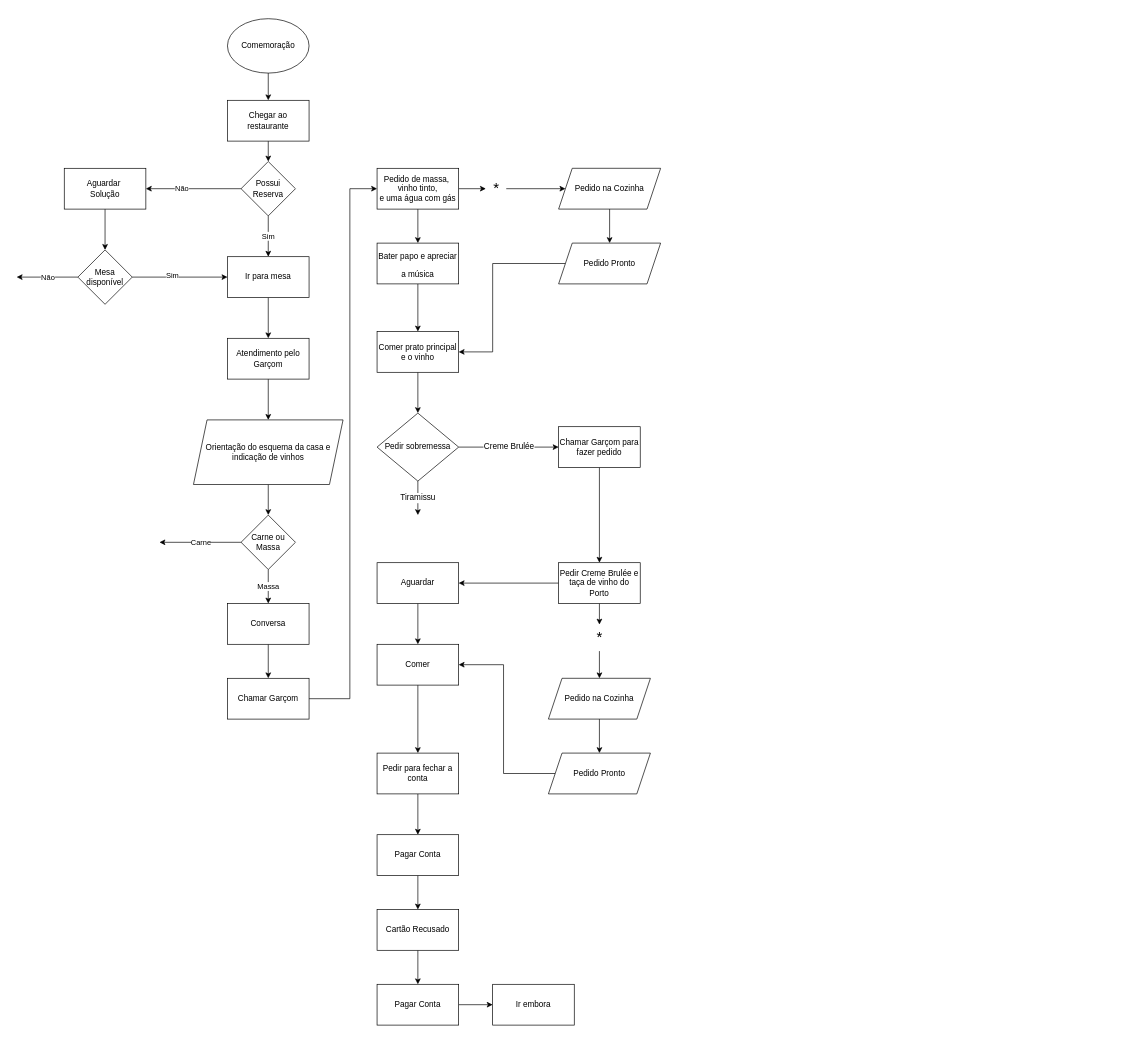
ElioPaulino/React keeps this draw.io diagram as Diagrama sem nome.drawio. Above is the earlier version. Source tidied: cells renumbered, new cells numbered last; positions are measured from the earlier drawing's top-left corner, leaving out a move shared by most shapes. Both pictures are drawn from the tidied source at 68%, with x=0, y=0 at pixel (16, 18).
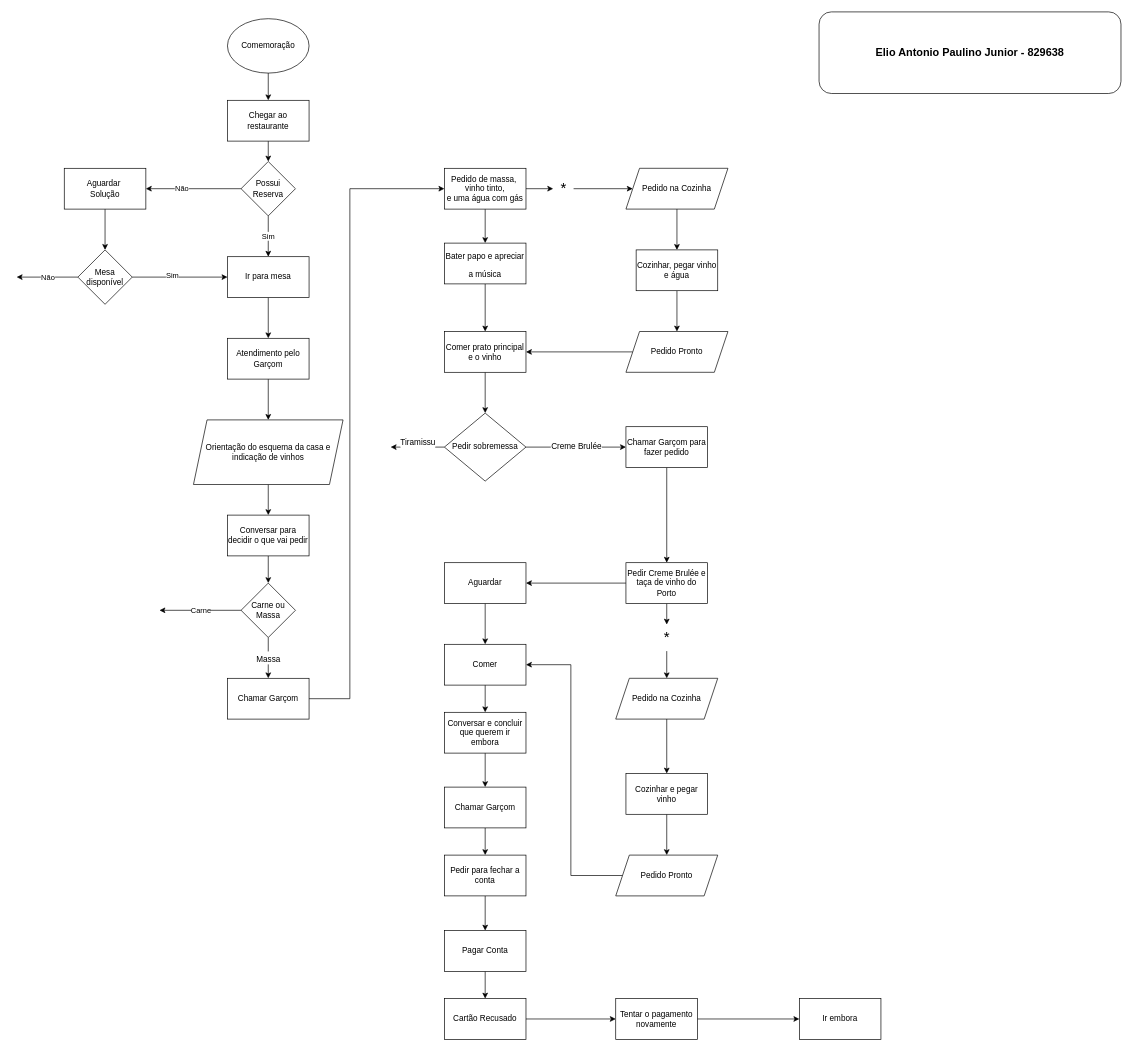
The same page after the edit.

Unchanged cells that the change refers to:
```xml
<mxCell id="21" value="Orientação do esquema da casa e indicação de vinhos" style="shape=parallelogram;perimeter=parallelogramPerimeter;whiteSpace=wrap;html=1;fixedSize=1;" parent="1" vertex="1">
  <mxGeometry x="260" y="590" width="220" height="95" as="geometry" />
</mxCell>
<mxCell id="28" value="Chamar Garçom" style="rounded=0;whiteSpace=wrap;html=1;" parent="1" vertex="1">
  <mxGeometry x="310" y="970" width="120" height="60" as="geometry" />
</mxCell>
```

Diff of the diagram source:
```diff
@@
-    <mxCell id="20" style="edgeStyle=orthogonalEdgeStyle;rounded=0;jettySize=auto;html=1;exitX=0.5;exitY=1;exitDx=0;exitDy=0;entryX=0.5;entryY=0;entryDx=0;entryDy=0;" parent="1" edge="1" source="21" target="24">
-      <mxGeometry relative="1" as="geometry" />
-    </mxCell>
+    <mxCell id="69" style="edgeStyle=orthogonalEdgeStyle;rounded=0;jettySize=auto;html=1;exitX=0.5;exitY=1;exitDx=0;exitDy=0;entryX=0.5;entryY=0;entryDx=0;entryDy=0;fontSize=16;" parent="1" edge="1" source="21" target="26">
+      <mxGeometry relative="1" as="geometry" />
+    </mxCell>
@@
     <mxCell id="22" value="Carne" style="edgeStyle=orthogonalEdgeStyle;rounded=0;jettySize=auto;html=1;exitX=0;exitY=0.5;exitDx=0;exitDy=0;" parent="1" edge="1" source="24">
       <mxGeometry relative="1" as="geometry">
-        <mxPoint x="210" y="770" as="targetPoint" />
+        <mxPoint x="210" y="870" as="targetPoint" />
       </mxGeometry>
     </mxCell>
-    <mxCell id="23" value="Massa" style="edgeStyle=orthogonalEdgeStyle;rounded=0;jettySize=auto;html=1;exitX=0.5;exitY=1;exitDx=0;exitDy=0;entryX=0.5;entryY=0;entryDx=0;entryDy=0;" parent="1" edge="1" source="24" target="26">
+    <mxCell id="23" value="&lt;font style=&quot;font-size: 12px;&quot;&gt;Massa&lt;/font&gt;" style="edgeStyle=orthogonalEdgeStyle;rounded=0;jettySize=auto;html=1;exitX=0.5;exitY=1;exitDx=0;exitDy=0;entryX=0.5;entryY=0;entryDx=0;entryDy=0;fontSize=16;" parent="1" edge="1" source="24" target="28">
       <mxGeometry relative="1" as="geometry" />
     </mxCell>
     <mxCell id="24" value="Carne ou Massa" style="rhombus;whiteSpace=wrap;html=1;" parent="1" vertex="1">
-      <mxGeometry x="330" y="730" width="80" height="80" as="geometry" />
+      <mxGeometry x="330" y="830" width="80" height="80" as="geometry" />
     </mxCell>
-    <mxCell id="25" style="edgeStyle=orthogonalEdgeStyle;rounded=0;jettySize=auto;html=1;exitX=0.5;exitY=1;exitDx=0;exitDy=0;entryX=0.5;entryY=0;entryDx=0;entryDy=0;" parent="1" edge="1" source="26" target="28">
-      <mxGeometry relative="1" as="geometry" />
-    </mxCell>
+    <mxCell id="70" style="edgeStyle=orthogonalEdgeStyle;rounded=0;jettySize=auto;html=1;exitX=0.5;exitY=1;exitDx=0;exitDy=0;entryX=0.5;entryY=0;entryDx=0;entryDy=0;fontSize=12;" parent="1" edge="1" source="26" target="24">
+      <mxGeometry relative="1" as="geometry" />
+    </mxCell>
-    <mxCell id="26" value="Conversa" style="rounded=0;whiteSpace=wrap;html=1;" parent="1" vertex="1">
-      <mxGeometry x="310" y="860" width="120" height="60" as="geometry" />
+    <mxCell id="26" value="Conversar para decidir o que vai pedir" style="rounded=0;whiteSpace=wrap;html=1;" parent="1" vertex="1">
+      <mxGeometry x="310" y="730" width="120" height="60" as="geometry" />
     </mxCell>
@@
     <mxCell id="31" value="Pedido de massa,&amp;nbsp;&lt;br&gt;vinho tinto,&lt;br&gt;e uma água com gás" style="rounded=0;whiteSpace=wrap;html=1;" parent="1" vertex="1">
-      <mxGeometry x="530" y="220" width="120" height="60" as="geometry" />
+      <mxGeometry x="629" y="220" width="120" height="60" as="geometry" />
     </mxCell>
-    <mxCell id="32" style="edgeStyle=orthogonalEdgeStyle;rounded=0;jettySize=auto;html=1;exitX=0.5;exitY=1;exitDx=0;exitDy=0;entryX=0.5;entryY=0;entryDx=0;entryDy=0;fontSize=22;" parent="1" edge="1" source="33" target="37">
+    <mxCell id="32" style="edgeStyle=orthogonalEdgeStyle;rounded=0;jettySize=auto;html=1;exitX=0.5;exitY=1;exitDx=0;exitDy=0;entryX=0.5;entryY=0;entryDx=0;entryDy=0;fontSize=22;startArrow=none;" parent="1" edge="1" source="74" target="37">
       <mxGeometry relative="1" as="geometry" />
     </mxCell>
+    <mxCell id="71" style="edgeStyle=orthogonalEdgeStyle;rounded=0;jettySize=auto;html=1;exitX=0.5;exitY=1;exitDx=0;exitDy=0;entryX=0.5;entryY=0;entryDx=0;entryDy=0;fontSize=12;" parent="1" edge="1" source="33" target="74">
+      <mxGeometry relative="1" as="geometry" />
+    </mxCell>
     <mxCell id="33" value="Pedido na Cozinha" style="shape=parallelogram;perimeter=parallelogramPerimeter;whiteSpace=wrap;html=1;fixedSize=1;" parent="1" vertex="1">
-      <mxGeometry x="797" y="220" width="150" height="60" as="geometry" />
+      <mxGeometry x="896" y="220" width="150" height="60" as="geometry" />
     </mxCell>
@@
     <mxCell id="35" value="&lt;font style=&quot;font-size: 22px;&quot;&gt;*&lt;/font&gt;" style="text;html=1;align=center;verticalAlign=middle;points=[];strokeColor=none;fillColor=none;strokeWidth=13;" parent="1" vertex="1">
-      <mxGeometry x="690" y="230" width="30" height="40" as="geometry" />
+      <mxGeometry x="789" y="230" width="30" height="40" as="geometry" />
     </mxCell>
-    <mxCell id="36" style="edgeStyle=orthogonalEdgeStyle;rounded=0;jettySize=auto;html=1;entryX=1;entryY=0.5;entryDx=0;entryDy=0;fontSize=12;" parent="1" edge="1" source="37" target="41">
-      <mxGeometry relative="1" as="geometry">
-        <Array as="points">
-          <mxPoint x="700" y="360" />
-          <mxPoint x="700" y="490" />
-        </Array>
-      </mxGeometry>
+    <mxCell id="36" style="edgeStyle=orthogonalEdgeStyle;rounded=0;jettySize=auto;html=1;exitX=0;exitY=0.5;exitDx=0;exitDy=0;entryX=1;entryY=0.5;entryDx=0;entryDy=0;fontSize=12;" parent="1" edge="1" source="37" target="41">
+      <mxGeometry relative="1" as="geometry" />
     </mxCell>
     <mxCell id="37" value="Pedido Pronto" style="shape=parallelogram;perimeter=parallelogramPerimeter;whiteSpace=wrap;html=1;fixedSize=1;" parent="1" vertex="1">
-      <mxGeometry x="797" y="330" width="150" height="60" as="geometry" />
+      <mxGeometry x="896" y="460" width="150" height="60" as="geometry" />
     </mxCell>
@@
     <mxCell id="39" value="&lt;font style=&quot;font-size: 12px;&quot;&gt;Bater papo e apreciar a música&lt;/font&gt;" style="rounded=0;whiteSpace=wrap;html=1;strokeWidth=1;fontSize=22;" parent="1" vertex="1">
-      <mxGeometry x="530" y="330" width="120" height="60" as="geometry" />
+      <mxGeometry x="629" y="330" width="120" height="60" as="geometry" />
     </mxCell>
@@
     <mxCell id="41" value="Comer prato principal e o vinho" style="rounded=0;whiteSpace=wrap;html=1;strokeWidth=1;fontSize=12;" parent="1" vertex="1">
-      <mxGeometry x="530" y="460" width="120" height="60" as="geometry" />
+      <mxGeometry x="629" y="460" width="120" height="60" as="geometry" />
     </mxCell>
+    <mxCell id="43" value="Creme Brulée" style="edgeStyle=orthogonalEdgeStyle;rounded=0;jettySize=auto;html=1;exitX=1;exitY=0.5;exitDx=0;exitDy=0;entryX=0;entryY=0.5;entryDx=0;entryDy=0;fontSize=12;" parent="1" edge="1" source="44" target="46">
+      <mxGeometry relative="1" as="geometry" />
+    </mxCell>
-    <mxCell id="42" value="Tiramissu" style="edgeStyle=orthogonalEdgeStyle;rounded=0;jettySize=auto;html=1;fontSize=12;" parent="1" edge="1" source="44">
+    <mxCell id="42" value="&#10;&lt;span style=&quot;color: rgb(0, 0, 0); font-family: Helvetica; font-size: 12px; font-style: normal; font-variant-ligatures: normal; font-variant-caps: normal; font-weight: 400; letter-spacing: normal; orphans: 2; text-align: center; text-indent: 0px; text-transform: none; widows: 2; word-spacing: 0px; -webkit-text-stroke-width: 0px; background-color: rgb(255, 255, 255); text-decoration-thickness: initial; text-decoration-style: initial; text-decoration-color: initial; float: none; display: inline !important;&quot;&gt;Tiramissu&lt;/span&gt;&#10;&#10;" style="edgeStyle=orthogonalEdgeStyle;rounded=0;jettySize=auto;html=1;exitX=0;exitY=0.5;exitDx=0;exitDy=0;fontSize=12;" parent="1" edge="1" source="44">
       <mxGeometry relative="1" as="geometry">
-        <mxPoint x="590" y="730" as="targetPoint" />
-        <Array as="points">
-          <mxPoint x="590" y="710" />
-          <mxPoint x="590" y="710" />
-        </Array>
+        <mxPoint x="550" y="630" as="targetPoint" />
       </mxGeometry>
     </mxCell>
-    <mxCell id="43" value="Creme Brulée" style="edgeStyle=orthogonalEdgeStyle;rounded=0;jettySize=auto;html=1;exitX=1;exitY=0.5;exitDx=0;exitDy=0;entryX=0;entryY=0.5;entryDx=0;entryDy=0;fontSize=12;" parent="1" edge="1" source="44" target="46">
-      <mxGeometry relative="1" as="geometry" />
-    </mxCell>
     <mxCell id="44" value="Pedir sobremessa" style="rhombus;whiteSpace=wrap;html=1;strokeWidth=1;fontSize=12;" parent="1" vertex="1">
-      <mxGeometry x="530" y="580" width="120" height="100" as="geometry" />
+      <mxGeometry x="629" y="580" width="120" height="100" as="geometry" />
     </mxCell>
@@
     <mxCell id="46" value="Chamar Garçom para fazer pedido" style="rounded=0;whiteSpace=wrap;html=1;strokeWidth=1;fontSize=12;" parent="1" vertex="1">
-      <mxGeometry x="797" y="600" width="120" height="60" as="geometry" />
+      <mxGeometry x="896" y="600" width="120" height="60" as="geometry" />
     </mxCell>
@@
     <mxCell id="49" value="Pedir Creme Brulée e taça de vinho do Porto" style="rounded=0;whiteSpace=wrap;html=1;strokeWidth=1;fontSize=12;" parent="1" vertex="1">
-      <mxGeometry x="797" y="800" width="120" height="60" as="geometry" />
+      <mxGeometry x="896" y="800" width="120" height="60" as="geometry" />
     </mxCell>
@@
     <mxCell id="51" value="&lt;font style=&quot;font-size: 22px;&quot;&gt;*&lt;/font&gt;" style="text;html=1;align=center;verticalAlign=middle;points=[];strokeColor=none;fillColor=none;strokeWidth=13;" parent="1" vertex="1">
-      <mxGeometry x="842" y="890" width="30" height="40" as="geometry" />
+      <mxGeometry x="941" y="890" width="30" height="40" as="geometry" />
     </mxCell>
-    <mxCell id="52" style="edgeStyle=orthogonalEdgeStyle;rounded=0;jettySize=auto;html=1;exitX=0.5;exitY=1;exitDx=0;exitDy=0;entryX=0.5;entryY=0;entryDx=0;entryDy=0;fontSize=22;" parent="1" edge="1" source="53" target="55">
-      <mxGeometry relative="1" as="geometry" />
-    </mxCell>
+    <mxCell id="72" style="edgeStyle=orthogonalEdgeStyle;rounded=0;jettySize=auto;html=1;exitX=0.5;exitY=1;exitDx=0;exitDy=0;fontSize=12;" parent="1" edge="1" source="53" target="76">
+      <mxGeometry relative="1" as="geometry" />
+    </mxCell>
     <mxCell id="53" value="Pedido na Cozinha" style="shape=parallelogram;perimeter=parallelogramPerimeter;whiteSpace=wrap;html=1;fixedSize=1;" parent="1" vertex="1">
-      <mxGeometry x="782" y="970" width="150" height="60" as="geometry" />
+      <mxGeometry x="881" y="970" width="150" height="60" as="geometry" />
     </mxCell>
@@
     <mxCell id="55" value="Pedido Pronto" style="shape=parallelogram;perimeter=parallelogramPerimeter;whiteSpace=wrap;html=1;fixedSize=1;" parent="1" vertex="1">
-      <mxGeometry x="782" y="1080" width="150" height="60" as="geometry" />
+      <mxGeometry x="881" y="1230" width="150" height="60" as="geometry" />
     </mxCell>
@@
     <mxCell id="57" value="Aguardar" style="rounded=0;whiteSpace=wrap;html=1;strokeWidth=1;fontSize=12;" parent="1" vertex="1">
-      <mxGeometry x="530" y="800" width="120" height="60" as="geometry" />
+      <mxGeometry x="629" y="800" width="120" height="60" as="geometry" />
     </mxCell>
-    <mxCell id="58" style="edgeStyle=orthogonalEdgeStyle;rounded=0;jettySize=auto;html=1;exitX=0.5;exitY=1;exitDx=0;exitDy=0;entryX=0.5;entryY=0;entryDx=0;entryDy=0;fontSize=12;" parent="1" edge="1" source="59" target="61">
-      <mxGeometry relative="1" as="geometry" />
-    </mxCell>
+    <mxCell id="73" style="edgeStyle=orthogonalEdgeStyle;rounded=0;jettySize=auto;html=1;exitX=0.5;exitY=1;exitDx=0;exitDy=0;entryX=0.5;entryY=0;entryDx=0;entryDy=0;fontSize=12;" parent="1" edge="1" source="59" target="78">
+      <mxGeometry relative="1" as="geometry" />
+    </mxCell>
     <mxCell id="59" value="Comer" style="rounded=0;whiteSpace=wrap;html=1;strokeWidth=1;fontSize=12;" parent="1" vertex="1">
-      <mxGeometry x="530" y="920" width="120" height="60" as="geometry" />
+      <mxGeometry x="629" y="920" width="120" height="60" as="geometry" />
     </mxCell>
@@
     <mxCell id="61" value="Pedir para fechar a conta" style="rounded=0;whiteSpace=wrap;html=1;strokeWidth=1;fontSize=12;" parent="1" vertex="1">
-      <mxGeometry x="530" y="1080" width="120" height="60" as="geometry" />
+      <mxGeometry x="629" y="1230" width="120" height="60" as="geometry" />
     </mxCell>
@@
     <mxCell id="63" value="Pagar Conta" style="rounded=0;whiteSpace=wrap;html=1;strokeWidth=1;fontSize=12;" parent="1" vertex="1">
-      <mxGeometry x="530" y="1200" width="120" height="60" as="geometry" />
+      <mxGeometry x="629" y="1341" width="120" height="60" as="geometry" />
     </mxCell>
@@
-    <mxCell id="65" value="Pagar Conta" style="rounded=0;whiteSpace=wrap;html=1;strokeWidth=1;fontSize=12;" parent="1" vertex="1">
-      <mxGeometry x="530" y="1420" width="120" height="60" as="geometry" />
+    <mxCell id="65" value="Tentar o pagamento novamente" style="rounded=0;whiteSpace=wrap;html=1;strokeWidth=1;fontSize=12;" parent="1" vertex="1">
+      <mxGeometry x="881" y="1441" width="120" height="60" as="geometry" />
     </mxCell>
-    <mxCell id="66" style="edgeStyle=orthogonalEdgeStyle;rounded=0;jettySize=auto;html=1;exitX=0.5;exitY=1;exitDx=0;exitDy=0;entryX=0.5;entryY=0;entryDx=0;entryDy=0;fontSize=12;" parent="1" edge="1" source="67" target="65">
+    <mxCell id="66" style="edgeStyle=orthogonalEdgeStyle;rounded=0;jettySize=auto;html=1;exitX=1;exitY=0.5;exitDx=0;exitDy=0;entryX=0;entryY=0.5;entryDx=0;entryDy=0;fontSize=12;" parent="1" edge="1" source="67" target="65">
       <mxGeometry relative="1" as="geometry" />
     </mxCell>
     <mxCell id="67" value="Cartão Recusado" style="rounded=0;whiteSpace=wrap;html=1;strokeWidth=1;fontSize=12;" parent="1" vertex="1">
-      <mxGeometry x="530" y="1310" width="120" height="60" as="geometry" />
+      <mxGeometry x="629" y="1441" width="120" height="60" as="geometry" />
     </mxCell>
     <mxCell id="68" value="Ir embora" style="rounded=0;whiteSpace=wrap;html=1;strokeWidth=1;fontSize=12;" parent="1" vertex="1">
-      <mxGeometry x="700" y="1420" width="120" height="60" as="geometry" />
+      <mxGeometry x="1151" y="1441" width="120" height="60" as="geometry" />
     </mxCell>
+    <mxCell id="74" value="Cozinhar, pegar vinho e água" style="rounded=0;whiteSpace=wrap;html=1;strokeWidth=1;fontSize=12;" parent="1" vertex="1">
+      <mxGeometry x="911" y="340" width="120" height="60" as="geometry" />
+    </mxCell>
+    <mxCell id="75" style="edgeStyle=orthogonalEdgeStyle;rounded=0;jettySize=auto;html=1;entryX=0.5;entryY=0;entryDx=0;entryDy=0;fontSize=12;" parent="1" edge="1" source="76" target="55">
+      <mxGeometry relative="1" as="geometry" />
+    </mxCell>
+    <mxCell id="76" value="Cozinhar e pegar vinho" style="rounded=0;whiteSpace=wrap;html=1;strokeWidth=1;fontSize=12;" parent="1" vertex="1">
+      <mxGeometry x="896" y="1110" width="120" height="60" as="geometry" />
+    </mxCell>
+    <mxCell id="77" style="edgeStyle=orthogonalEdgeStyle;rounded=0;jettySize=auto;html=1;exitX=0.5;exitY=1;exitDx=0;exitDy=0;entryX=0.5;entryY=0;entryDx=0;entryDy=0;fontSize=12;" parent="1" edge="1" source="78" target="81">
+      <mxGeometry relative="1" as="geometry" />
+    </mxCell>
+    <mxCell id="78" value="Conversar e concluir que querem ir embora" style="rounded=0;whiteSpace=wrap;html=1;strokeWidth=1;fontSize=12;" parent="1" vertex="1">
+      <mxGeometry x="629" y="1020" width="120" height="60" as="geometry" />
+    </mxCell>
+    <mxCell id="79" value="&lt;font style=&quot;font-size: 16px;&quot;&gt;&lt;b&gt;Elio Antonio Paulino Junior - 829638&lt;/b&gt;&lt;/font&gt;" style="rounded=1;whiteSpace=wrap;html=1;strokeWidth=1;fontSize=12;" parent="1" vertex="1">
+      <mxGeometry x="1180" y="-10" width="444" height="120" as="geometry" />
+    </mxCell>
+    <mxCell id="80" style="edgeStyle=orthogonalEdgeStyle;rounded=0;jettySize=auto;html=1;exitX=0.5;exitY=1;exitDx=0;exitDy=0;entryX=0.5;entryY=0;entryDx=0;entryDy=0;fontSize=12;" parent="1" edge="1" source="81" target="61">
+      <mxGeometry relative="1" as="geometry" />
+    </mxCell>
+    <mxCell id="81" value="Chamar Garçom" style="rounded=0;whiteSpace=wrap;html=1;strokeWidth=1;fontSize=12;" parent="1" vertex="1">
+      <mxGeometry x="629" y="1130" width="120" height="60" as="geometry" />
+    </mxCell>
```
